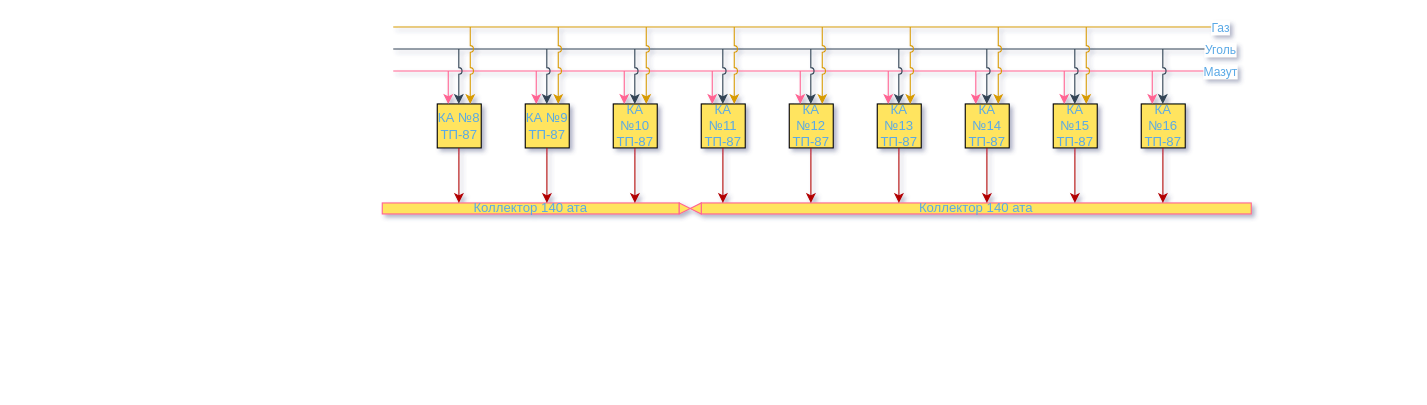
This is Теплосеть_Кемерово.drawio from Butovo/Drow_io_tech, a draw.io file, before an edit. Source tidied: cells renumbered, new cells numbered last; positions are measured from the earlier drawing's top-left corner, leaving out a move shared by most shapes. Both pictures are drawn from the tidied source at 110%, with x=0, y=0 at pixel (382, 26).
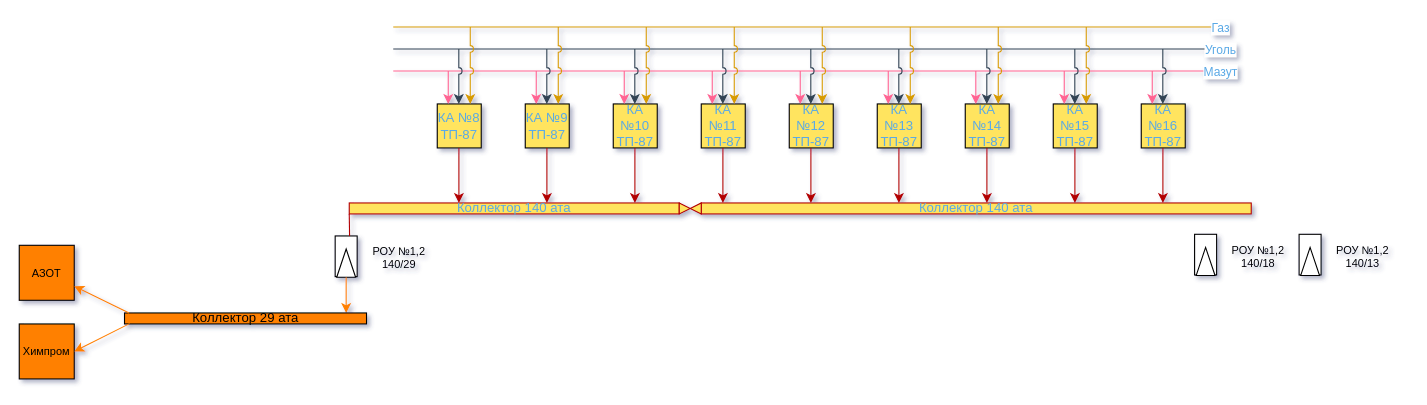
Above is the later version.

Diff of the diagram source:
```diff
@@
-    <mxCell id="11" value="Коллектор 140 ата" style="rounded=0;whiteSpace=wrap;html=1;strokeColor=#FF6392;fillColor=#FFE45E;fontColor=#5AA9E6;" parent="1" vertex="1">
-      <mxGeometry y="160" width="270" height="10" as="geometry" />
+    <mxCell id="11" value="Коллектор 140 ата" style="rounded=0;whiteSpace=wrap;html=1;strokeColor=#B20000;fillColor=#FFE45E;fontColor=#5AA9E6;" parent="1" vertex="1">
+      <mxGeometry x="-30" y="160" width="300" height="10" as="geometry" />
     </mxCell>
-    <mxCell id="12" value="Коллектор 140 ата" style="rounded=0;whiteSpace=wrap;html=1;strokeColor=#FF6392;fillColor=#FFE45E;fontColor=#5AA9E6;" parent="1" vertex="1">
+    <mxCell id="12" value="Коллектор 140 ата" style="rounded=0;whiteSpace=wrap;html=1;strokeColor=#B20000;fillColor=#FFE45E;fontColor=#5AA9E6;" parent="1" vertex="1">
       <mxGeometry x="290" y="160" width="500" height="10" as="geometry" />
     </mxCell>
-    <mxCell id="13" style="triangle;whiteSpace=wrap;html=1;strokeColor=#FF6392;rounded=0;fillColor=#FFE45E;fontColor=#5AA9E6;" parent="1" vertex="1">
+    <mxCell id="13" style="triangle;whiteSpace=wrap;html=1;strokeColor=#B20000;rounded=0;fillColor=#FFE45E;fontColor=#5AA9E6;" parent="1" vertex="1">
       <mxGeometry x="270" y="160" width="10" height="10" as="geometry" />
     </mxCell>
-    <mxCell id="14" style="triangle;whiteSpace=wrap;html=1;rotation=-180;strokeColor=#FF6392;rounded=0;fillColor=#FFE45E;fontColor=#5AA9E6;" parent="1" vertex="1">
+    <mxCell id="14" style="triangle;whiteSpace=wrap;html=1;rotation=-180;strokeColor=#B20000;rounded=0;fillColor=#FFE45E;fontColor=#5AA9E6;" parent="1" vertex="1">
       <mxGeometry x="280" y="160" width="10" height="10" as="geometry" />
     </mxCell>
@@
+    <mxCell id="56" style="rounded=0;whiteSpace=wrap;html=1;strokeColor=#000000;fontColor=#5AA9E6;fillColor=#FFFFFF;rotation=-90;" parent="1" vertex="1">
+      <mxGeometry x="-51.3" y="198.5" width="37" height="20" as="geometry" />
+    </mxCell>
+    <mxCell id="57" style="triangle;whiteSpace=wrap;html=1;strokeColor=#000000;fontColor=#5AA9E6;fillColor=#FFFFFF;rotation=-90;" parent="1" vertex="1">
+      <mxGeometry x="-45.6" y="206.1" width="25.6" height="17.2" as="geometry" />
+    </mxCell>
+    <mxCell id="58" value="РОУ №1,2&lt;br style=&quot;font-size: 10px;&quot;&gt;140/29" style="text;html=1;align=center;verticalAlign=middle;strokeColor=none;fillColor=none;fontColor=#000000;fontSize=10;" parent="1" vertex="1">
+      <mxGeometry x="-20" y="190" width="70" height="40" as="geometry" />
+    </mxCell>
+    <mxCell id="59" style="endArrow=none;html=1;rounded=0;shadow=0;strokeColor=#B20000;fontSize=10;fontColor=#000000;fillColor=#FFE45E;jumpStyle=arc;" parent="1" edge="1">
+      <mxGeometry relative="1" as="geometry">
+        <mxPoint x="-29.7" y="190" as="sourcePoint" />
+        <mxPoint x="-30" y="170" as="targetPoint" />
+      </mxGeometry>
+    </mxCell>
+    <mxCell id="60" style="endArrow=classic;html=1;rounded=0;shadow=0;strokeColor=#FF8000;fontSize=10;fontColor=#000000;fillColor=#FFE45E;jumpStyle=arc;exitX=0;exitY=0.5;exitDx=0;exitDy=0;" parent="1" edge="1" source="57">
+      <mxGeometry relative="1" as="geometry">
+        <mxPoint x="-32.8" y="260" as="targetPoint" />
+      </mxGeometry>
+    </mxCell>
+    <mxCell id="61" value="Коллектор 29 ата" style="rounded=0;whiteSpace=wrap;html=1;strokeColor=#000000;fillColor=#FF8000;fontColor=#000000;" parent="1" vertex="1">
+      <mxGeometry x="-234.3" y="260" width="220" height="10" as="geometry" />
+    </mxCell>
+    <mxCell id="62" value="АЗОТ" style="whiteSpace=wrap;html=1;strokeColor=#000000;fontSize=10;fontColor=#000000;fillColor=#FF8000;" parent="1" vertex="1">
+      <mxGeometry x="-330" y="198.5" width="50" height="50" as="geometry" />
+    </mxCell>
+    <mxCell id="63" value="Химпром" style="whiteSpace=wrap;html=1;strokeColor=#000000;fontSize=10;fontColor=#000000;fillColor=#FF8000;" parent="1" vertex="1">
+      <mxGeometry x="-330" y="270" width="50" height="50" as="geometry" />
+    </mxCell>
+    <mxCell id="64" style="endArrow=classic;html=1;rounded=0;shadow=0;strokeColor=#FF8000;fontSize=10;fontColor=#000000;fillColor=#FFE45E;jumpStyle=arc;exitX=0.019;exitY=0;exitDx=0;exitDy=0;exitPerimeter=0;" parent="1" edge="1" source="61" target="62">
+      <mxGeometry relative="1" as="geometry" />
+    </mxCell>
+    <mxCell id="65" style="endArrow=classic;html=1;rounded=0;shadow=0;strokeColor=#FF8000;fontSize=10;fontColor=#000000;fillColor=#FFE45E;jumpStyle=arc;entryX=1;entryY=0.5;entryDx=0;entryDy=0;exitX=0.021;exitY=0.971;exitDx=0;exitDy=0;exitPerimeter=0;" parent="1" edge="1" source="61" target="63">
+      <mxGeometry relative="1" as="geometry" />
+    </mxCell>
+    <mxCell id="66" style="rounded=0;whiteSpace=wrap;html=1;strokeColor=#000000;fontColor=#5AA9E6;fillColor=#FFFFFF;rotation=-90;" parent="1" vertex="1">
+      <mxGeometry x="825" y="197" width="37" height="20" as="geometry" />
+    </mxCell>
+    <mxCell id="67" style="triangle;whiteSpace=wrap;html=1;strokeColor=#000000;fontColor=#5AA9E6;fillColor=#FFFFFF;rotation=-90;" parent="1" vertex="1">
+      <mxGeometry x="830.7" y="204.6" width="25.6" height="17.2" as="geometry" />
+    </mxCell>
+    <mxCell id="68" value="РОУ №1,2&lt;br style=&quot;font-size: 10px;&quot;&gt;140/13" style="text;html=1;align=center;verticalAlign=middle;strokeColor=none;fillColor=none;fontColor=#000000;fontSize=10;" parent="1" vertex="1">
+      <mxGeometry x="856.3" y="188.5" width="70" height="40" as="geometry" />
+    </mxCell>
+    <mxCell id="69" style="rounded=0;whiteSpace=wrap;html=1;strokeColor=#000000;fontColor=#5AA9E6;fillColor=#FFFFFF;rotation=-90;" parent="1" vertex="1">
+      <mxGeometry x="730" y="197" width="37" height="20" as="geometry" />
+    </mxCell>
+    <mxCell id="70" style="triangle;whiteSpace=wrap;html=1;strokeColor=#000000;fontColor=#5AA9E6;fillColor=#FFFFFF;rotation=-90;" parent="1" vertex="1">
+      <mxGeometry x="735.7" y="204.6" width="25.6" height="17.2" as="geometry" />
+    </mxCell>
+    <mxCell id="71" value="РОУ №1,2&lt;br style=&quot;font-size: 10px;&quot;&gt;140/18" style="text;html=1;align=center;verticalAlign=middle;strokeColor=none;fillColor=none;fontColor=#000000;fontSize=10;" parent="1" vertex="1">
+      <mxGeometry x="761.3" y="188.5" width="70" height="40" as="geometry" />
+    </mxCell>
```
